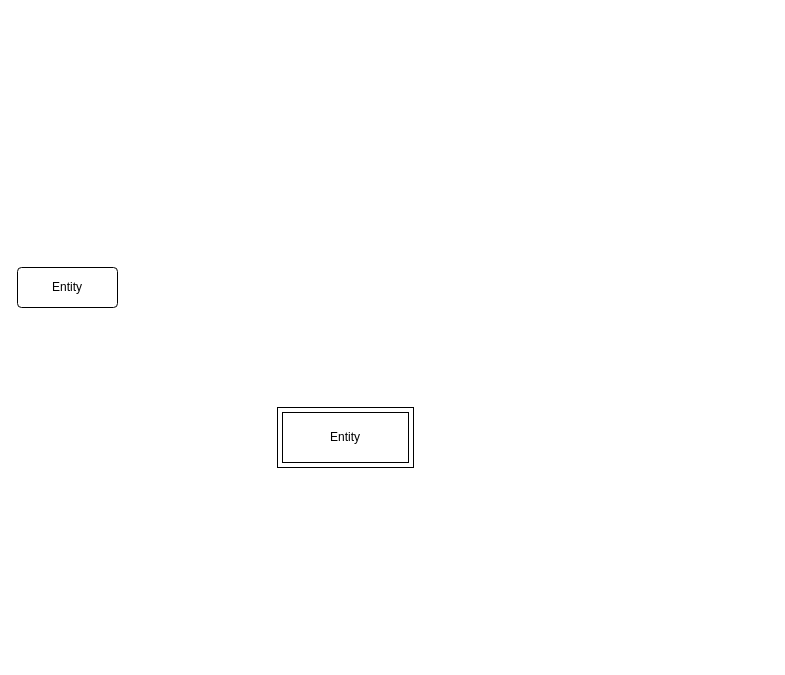
This is Entity_Relation_Masa_notation_peter_chin.drawio from mati-tech/draw.io, a draw.io file, before an edit. Source tidied: cells renumbered, new cells numbered last; positions are measured from the earlier drawing's top-left corner, leaving out a move shared by most shapes. Both pictures are drawn from the tidied source at 100%, with x=0, y=0 at pixel (17, 267).
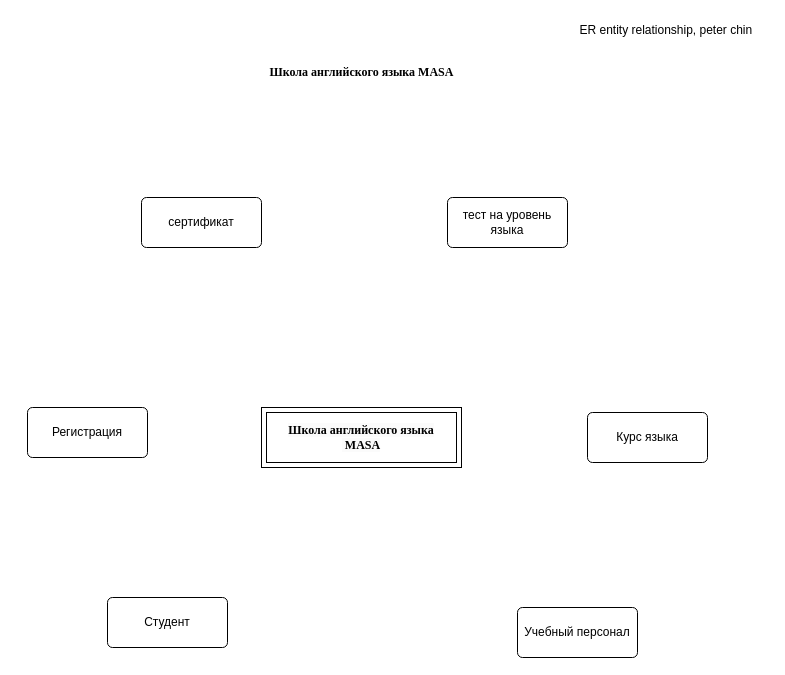
After the change.

Change to the diagram source:
```diff
@@
 <mxGraphModel>
   <root>
     <mxCell id="0" />
     <mxCell id="1" parent="0" />
-    <mxCell id="2" value="Entity" style="shape=ext;margin=3;double=1;whiteSpace=wrap;html=1;align=center;" parent="1" vertex="1">
-      <mxGeometry x="260" y="140" width="136" height="60" as="geometry" />
+    <mxCell id="2" value="&lt;br&gt;&lt;span style=&quot;color: rgb(0, 0, 0); font-family: &amp;quot;Times New Roman&amp;quot;; font-size: 12px; font-style: normal; font-variant-ligatures: normal; font-variant-caps: normal; font-weight: 700; letter-spacing: normal; orphans: 2; text-align: center; text-indent: 0px; text-transform: none; widows: 2; word-spacing: 0px; -webkit-text-stroke-width: 0px; white-space: nowrap; background-color: rgb(251, 251, 251); text-decoration-thickness: initial; text-decoration-style: initial; text-decoration-color: initial; display: inline !important; float: none;&quot;&gt;Школа английского языка&lt;/span&gt;&lt;div&gt;&lt;span style=&quot;color: rgb(0, 0, 0); font-family: &amp;quot;Times New Roman&amp;quot;; font-size: 12px; font-style: normal; font-variant-ligatures: normal; font-variant-caps: normal; font-weight: 700; letter-spacing: normal; orphans: 2; text-align: center; text-indent: 0px; text-transform: none; widows: 2; word-spacing: 0px; -webkit-text-stroke-width: 0px; white-space: nowrap; background-color: rgb(251, 251, 251); text-decoration-thickness: initial; text-decoration-style: initial; text-decoration-color: initial; display: inline !important; float: none;&quot;&gt;&amp;nbsp;MASA&lt;/span&gt;&lt;br&gt;&lt;br&gt;&lt;/div&gt;" style="shape=ext;margin=3;double=1;whiteSpace=wrap;html=1;align=center;" parent="1" vertex="1">
+      <mxGeometry x="244" y="140" width="200" height="60" as="geometry" />
     </mxCell>
-    <mxCell id="3" value="Entity" style="rounded=1;arcSize=10;whiteSpace=wrap;html=1;align=center;" parent="1" vertex="1">
-      <mxGeometry width="100" height="40" as="geometry" />
+    <mxCell id="3" value="Курс языка" style="rounded=1;arcSize=10;whiteSpace=wrap;html=1;align=center;" parent="1" vertex="1">
+      <mxGeometry x="570" y="145" width="120" height="50" as="geometry" />
     </mxCell>
+    <mxCell id="4" value="&lt;span style=&quot;font-weight: 700;&quot;&gt;&lt;font face=&quot;Times New Roman&quot;&gt;Школа английского языка MASA&lt;/font&gt;&lt;/span&gt;" style="text;html=1;align=center;verticalAlign=middle;strokeColor=none;fillColor=none;" parent="1" vertex="1">
+      <mxGeometry x="239" y="-210" width="210" height="30" as="geometry" />
+    </mxCell>
+    <mxCell id="5" value="Регистрация" style="rounded=1;arcSize=10;whiteSpace=wrap;html=1;align=center;" parent="1" vertex="1">
+      <mxGeometry x="10" y="140" width="120" height="50" as="geometry" />
+    </mxCell>
+    <mxCell id="6" value="Студент" style="rounded=1;arcSize=10;whiteSpace=wrap;html=1;align=center;" parent="1" vertex="1">
+      <mxGeometry x="90" y="330" width="120" height="50" as="geometry" />
+    </mxCell>
+    <mxCell id="7" value="сертификат" style="rounded=1;arcSize=10;whiteSpace=wrap;html=1;align=center;" parent="1" vertex="1">
+      <mxGeometry x="124" y="-70" width="120" height="50" as="geometry" />
+    </mxCell>
+    <mxCell id="8" value="тест на уровень языка" style="rounded=1;arcSize=10;whiteSpace=wrap;html=1;align=center;" parent="1" vertex="1">
+      <mxGeometry x="430" y="-70" width="120" height="50" as="geometry" />
+    </mxCell>
+    <mxCell id="9" value="Учебный персонал" style="rounded=1;arcSize=10;whiteSpace=wrap;html=1;align=center;" parent="1" vertex="1">
+      <mxGeometry x="500" y="340" width="120" height="50" as="geometry" />
+    </mxCell>
+    <mxCell id="10" value="ER entity relationship, peter chin&amp;nbsp;&lt;div&gt;&lt;br&gt;&lt;/div&gt;" style="text;html=1;align=center;verticalAlign=middle;strokeColor=none;fillColor=none;" parent="1" vertex="1">
+      <mxGeometry x="550" y="-250" width="200" height="40" as="geometry" />
+    </mxCell>
   </root>
 </mxGraphModel>
```
